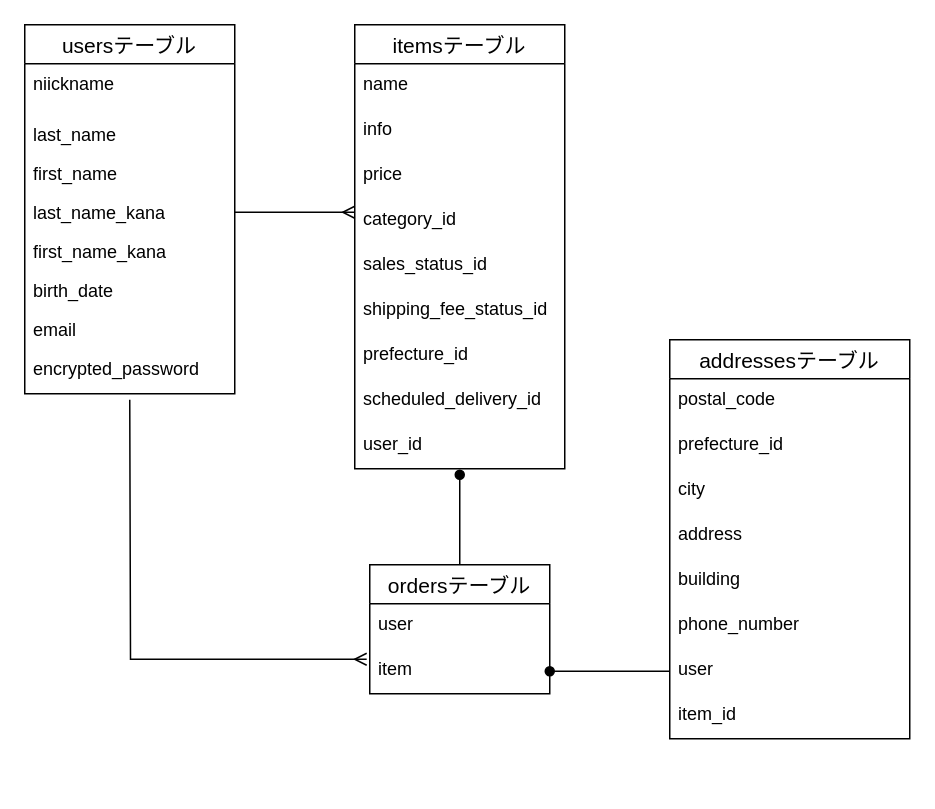
The draw.io diagram furima.dio in kim-shun/furima-35524, before the edit. Source tidied: cells renumbered, new cells numbered last; positions are measured from the earlier drawing's top-left corner, leaving out a move shared by most shapes. Both pictures are drawn from the tidied source at 150%, with x=0, y=0 at pixel (24, 24).
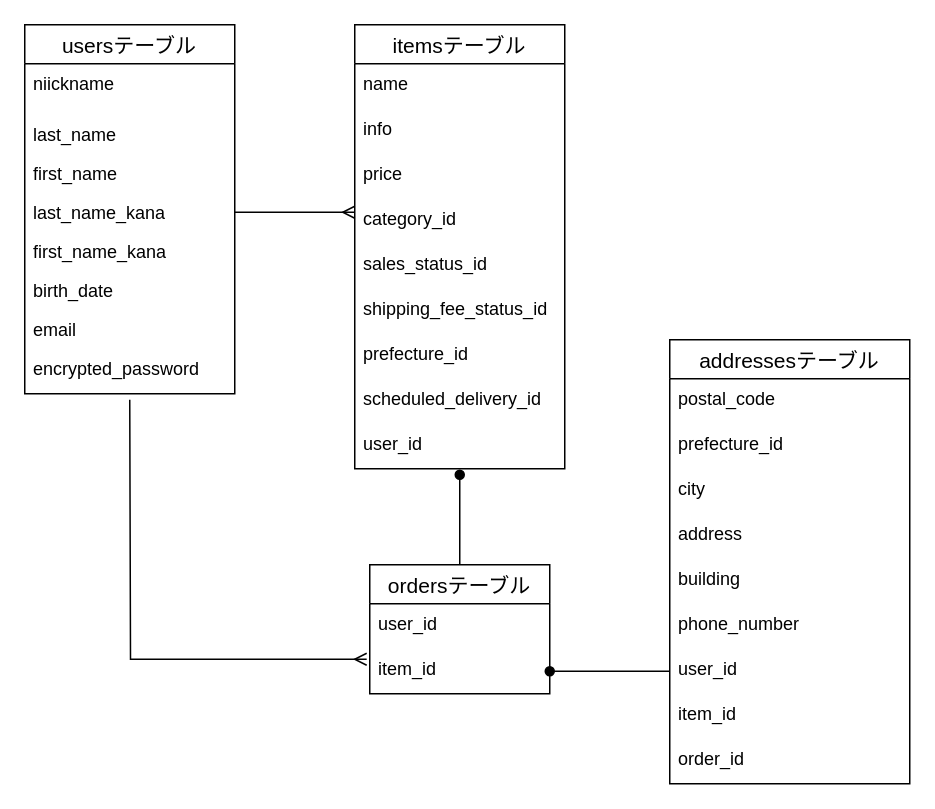
After the change.

The change refers to these unchanged cells:
```xml
<mxCell id="22" value="ordersテーブル" style="swimlane;fontStyle=0;horizontal=1;startSize=26;align=center;fontSize=14;" parent="1" vertex="1">
  <mxGeometry x="230" y="360" width="120" height="86" as="geometry" />
</mxCell>
```

Diff of the diagram source:
```diff
@@
-    <mxCell id="23" value="user" style="text;strokeColor=none;fillColor=none;spacingLeft=4;spacingRight=4;overflow=hidden;fontSize=12;" parent="22" vertex="1">
+    <mxCell id="23" value="user_id" style="text;strokeColor=none;fillColor=none;spacingLeft=4;spacingRight=4;overflow=hidden;fontSize=12;" parent="22" vertex="1">
       <mxGeometry y="26" width="120" height="30" as="geometry" />
     </mxCell>
-    <mxCell id="24" value="item" style="text;strokeColor=none;fillColor=none;spacingLeft=4;spacingRight=4;overflow=hidden;points=[[0,0.5],[1,0.5]];portConstraint=eastwest;fontSize=12;" parent="22" vertex="1">
+    <mxCell id="24" value="item_id" style="text;strokeColor=none;fillColor=none;spacingLeft=4;spacingRight=4;overflow=hidden;points=[[0,0.5],[1,0.5]];portConstraint=eastwest;fontSize=12;" parent="22" vertex="1">
       <mxGeometry y="56" width="120" height="30" as="geometry" />
     </mxCell>
     <mxCell id="25" value="addressesテーブル" style="swimlane;fontStyle=0;horizontal=1;startSize=26;align=center;fontSize=14;" parent="1" vertex="1">
-      <mxGeometry x="430" y="210" width="160" height="266" as="geometry" />
+      <mxGeometry x="430" y="210" width="160" height="296" as="geometry" />
     </mxCell>
@@
-    <mxCell id="32" value="user" style="text;strokeColor=none;fillColor=none;spacingLeft=4;spacingRight=4;overflow=hidden;points=[[0,0.5],[1,0.5]];portConstraint=eastwest;fontSize=12;" parent="25" vertex="1">
+    <mxCell id="32" value="user_id" style="text;strokeColor=none;fillColor=none;spacingLeft=4;spacingRight=4;overflow=hidden;points=[[0,0.5],[1,0.5]];portConstraint=eastwest;fontSize=12;" parent="25" vertex="1">
       <mxGeometry y="206" width="160" height="30" as="geometry" />
     </mxCell>
+    <mxCell id="37" value="item_id" style="text;strokeColor=none;fillColor=none;spacingLeft=4;spacingRight=4;overflow=hidden;fontSize=12;" parent="25" vertex="1">
+      <mxGeometry y="236" width="160" height="30" as="geometry" />
+    </mxCell>
-    <mxCell id="33" value="item_id" style="text;strokeColor=none;fillColor=none;spacingLeft=4;spacingRight=4;overflow=hidden;fontSize=12;" parent="25" vertex="1">
-      <mxGeometry y="236" width="160" height="30" as="geometry" />
+    <mxCell id="33" value="order_id" style="text;strokeColor=none;fillColor=none;spacingLeft=4;spacingRight=4;overflow=hidden;fontSize=12;" parent="25" vertex="1">
+      <mxGeometry y="266" width="160" height="30" as="geometry" />
     </mxCell>
```
